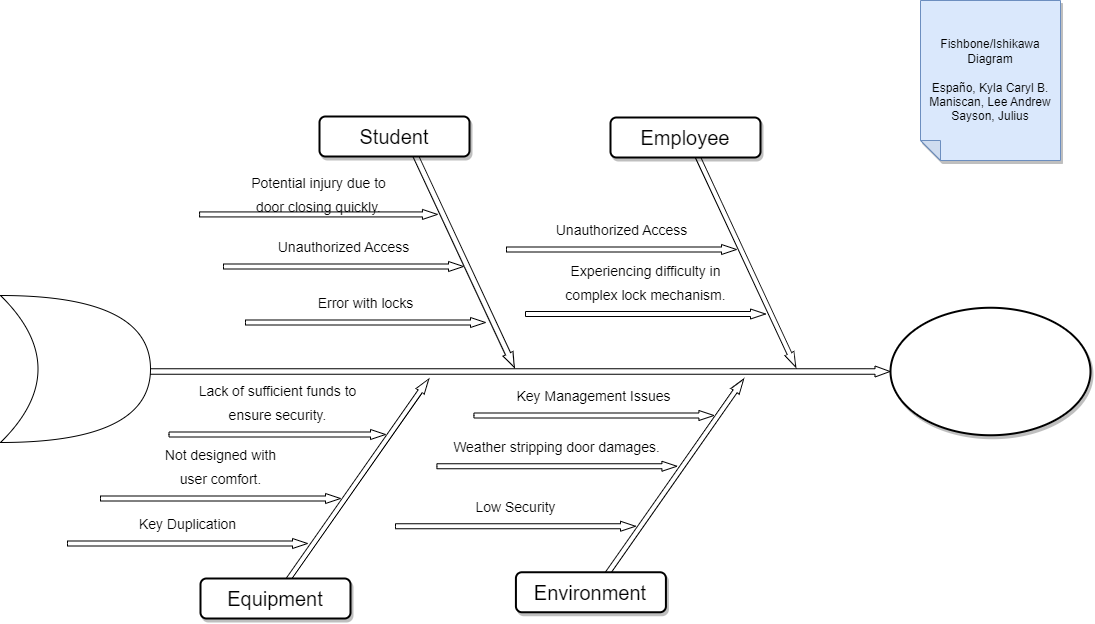
kaisunoo/Acads keeps this draw.io diagram as Fishbone Diagram.drawio.png. Above is the earlier version. Source tidied: cells renumbered, new cells last; positions are measured from the earlier drawing's top-left corner, leaving out a move shared by most shapes.
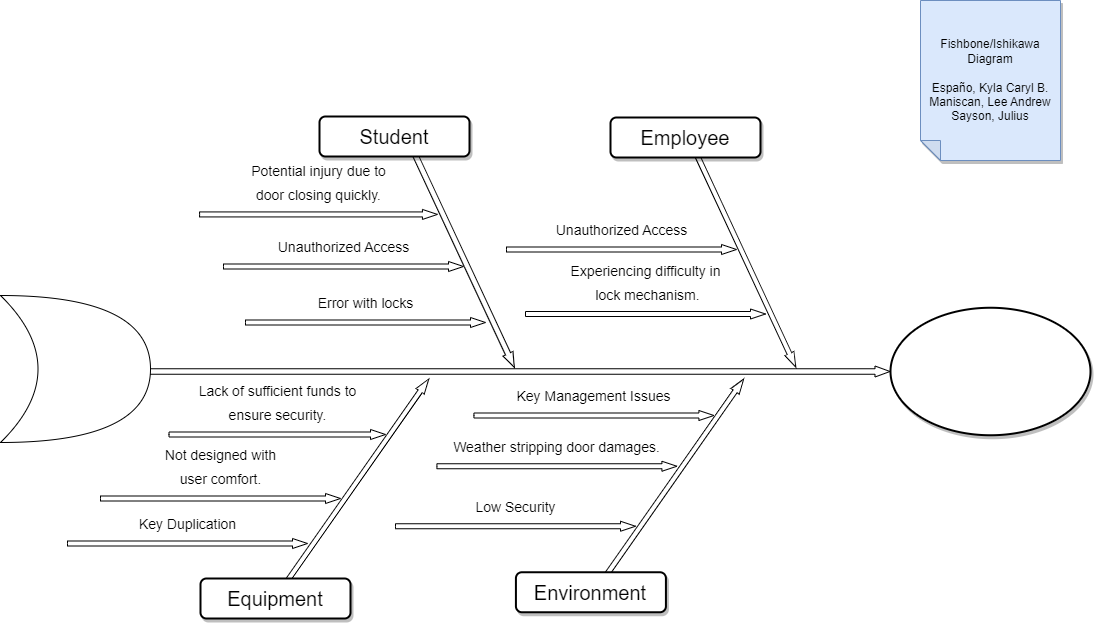
Later version of the same file.

The edit, as a diff of the source:
```diff
@@ -47,7 +47,7 @@
     <mxCell id="16" value="&lt;font style=&quot;font-size: 14px;&quot;&gt;Error with locks&lt;br&gt;&lt;br&gt;&lt;/font&gt;" style="html=1;shadow=0;dashed=0;align=center;verticalAlign=middle;shape=mxgraph.arrows2.arrow;dy=0.5;dx=15;direction=north;notch=0;rounded=0;strokeWidth=1;fontSize=20;rotation=90;horizontal=0;labelPosition=left;verticalLabelPosition=middle;" parent="1" vertex="1">
       <mxGeometry x="360" y="202" width="10" height="240" as="geometry" />
     </mxCell>
-    <mxCell id="17" value="&lt;font style=&quot;font-size: 14px;&quot;&gt;Experiencing difficulty in &lt;br&gt;complex lock mechanism.&lt;br&gt;&lt;br&gt;&lt;br&gt;&lt;/font&gt;" style="html=1;shadow=0;dashed=0;align=center;verticalAlign=middle;shape=mxgraph.arrows2.arrow;dy=0.5;dx=15;direction=north;notch=0;rounded=0;strokeWidth=1;fontSize=20;rotation=90;horizontal=0;labelPosition=left;verticalLabelPosition=middle;" parent="1" vertex="1">
+    <mxCell id="17" value="&lt;font style=&quot;font-size: 14px;&quot;&gt;Experiencing difficulty in&lt;br&gt;&amp;nbsp;lock mechanism.&lt;br&gt;&lt;br&gt;&lt;br&gt;&lt;/font&gt;" style="html=1;shadow=0;dashed=0;align=center;verticalAlign=middle;shape=mxgraph.arrows2.arrow;dy=0.5;dx=15;direction=north;notch=0;rounded=0;strokeWidth=1;fontSize=20;rotation=90;horizontal=0;labelPosition=left;verticalLabelPosition=middle;" parent="1" vertex="1">
       <mxGeometry x="640" y="193.5" width="10" height="240" as="geometry" />
     </mxCell>
     <mxCell id="18" value="&lt;font style=&quot;font-size: 14px;&quot;&gt;Lack of sufficient funds to &lt;br&gt;ensure security.&lt;br&gt;&lt;br&gt;&lt;br&gt;&lt;/font&gt;" style="html=1;shadow=0;dashed=0;align=center;verticalAlign=middle;shape=mxgraph.arrows2.arrow;dy=0.5;dx=15;direction=north;notch=0;rounded=0;strokeWidth=1;fontSize=20;rotation=90;horizontal=0;labelPosition=left;verticalLabelPosition=middle;" parent="1" vertex="1">
@@ -59,7 +59,7 @@
     <mxCell id="20" value="Fishbone/Ishikawa Diagram&lt;br&gt;&lt;br&gt;Españo, Kyla Caryl B.&lt;br&gt;Maniscan, Lee Andrew&lt;br&gt;Sayson, Julius" style="shape=note;whiteSpace=wrap;html=1;backgroundOutline=1;darkOpacity=0.05;fillColor=#dae8fc;strokeColor=#6c8ebf;fillStyle=solid;direction=west;gradientDirection=north;shadow=1;size=20;" parent="1" vertex="1">
       <mxGeometry x="920" width="140" height="160" as="geometry" />
     </mxCell>
-    <mxCell id="21" value="&lt;font style=&quot;font-size: 14px;&quot;&gt;Potential injury due to &lt;br&gt;door closing quickly.&lt;br&gt;&lt;br&gt;&lt;/font&gt;" style="html=1;shadow=0;dashed=0;align=center;verticalAlign=middle;shape=mxgraph.arrows2.arrow;dy=0.5;dx=15;direction=north;notch=0;rounded=0;strokeWidth=1;fontSize=20;rotation=90;horizontal=0;labelPosition=left;verticalLabelPosition=middle;" parent="1" vertex="1">
+    <mxCell id="21" value="&lt;font style=&quot;font-size: 14px;&quot;&gt;Potential injury due to &lt;br&gt;door closing quickly.&lt;br&gt;&lt;br&gt;&lt;br&gt;&lt;/font&gt;" style="html=1;shadow=0;dashed=0;align=center;verticalAlign=middle;shape=mxgraph.arrows2.arrow;dy=0.5;dx=15;direction=north;notch=0;rounded=0;strokeWidth=1;fontSize=20;rotation=90;horizontal=0;labelPosition=left;verticalLabelPosition=middle;" parent="1" vertex="1">
       <mxGeometry x="313" y="95" width="10" height="237.9" as="geometry" />
     </mxCell>
     <mxCell id="22" value="&lt;font style=&quot;font-size: 14px;&quot;&gt;Low Security&lt;br&gt;&lt;br&gt;&lt;/font&gt;" style="html=1;shadow=0;dashed=0;align=center;verticalAlign=middle;shape=mxgraph.arrows2.arrow;dy=0.5;dx=15;direction=north;notch=0;rounded=0;strokeWidth=1;fontSize=20;rotation=90;horizontal=0;labelPosition=left;verticalLabelPosition=middle;" parent="1" vertex="1">
```
